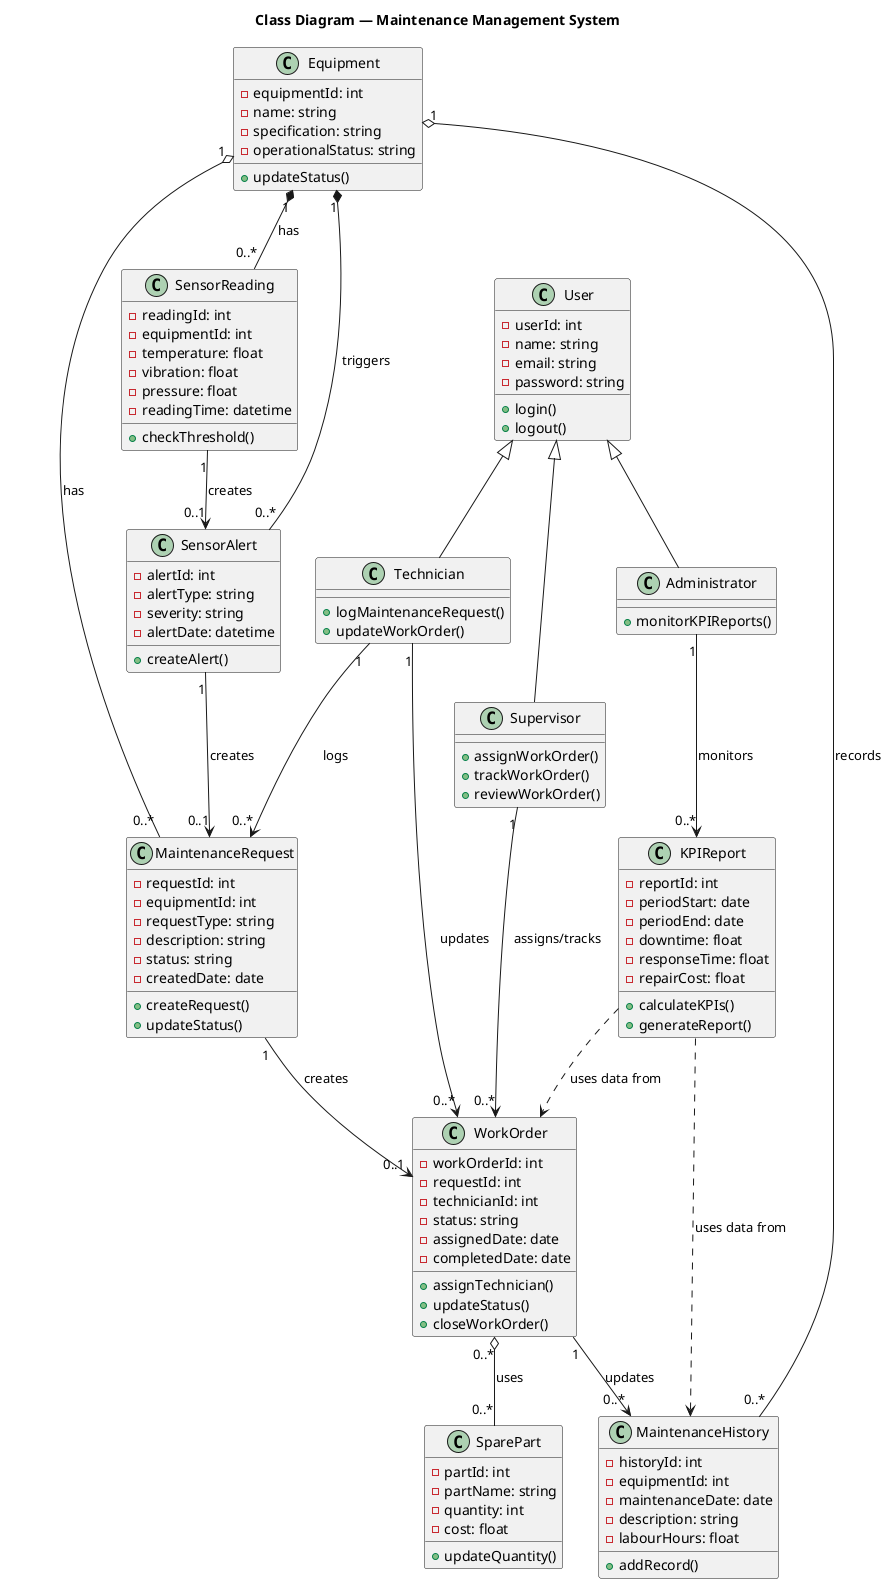
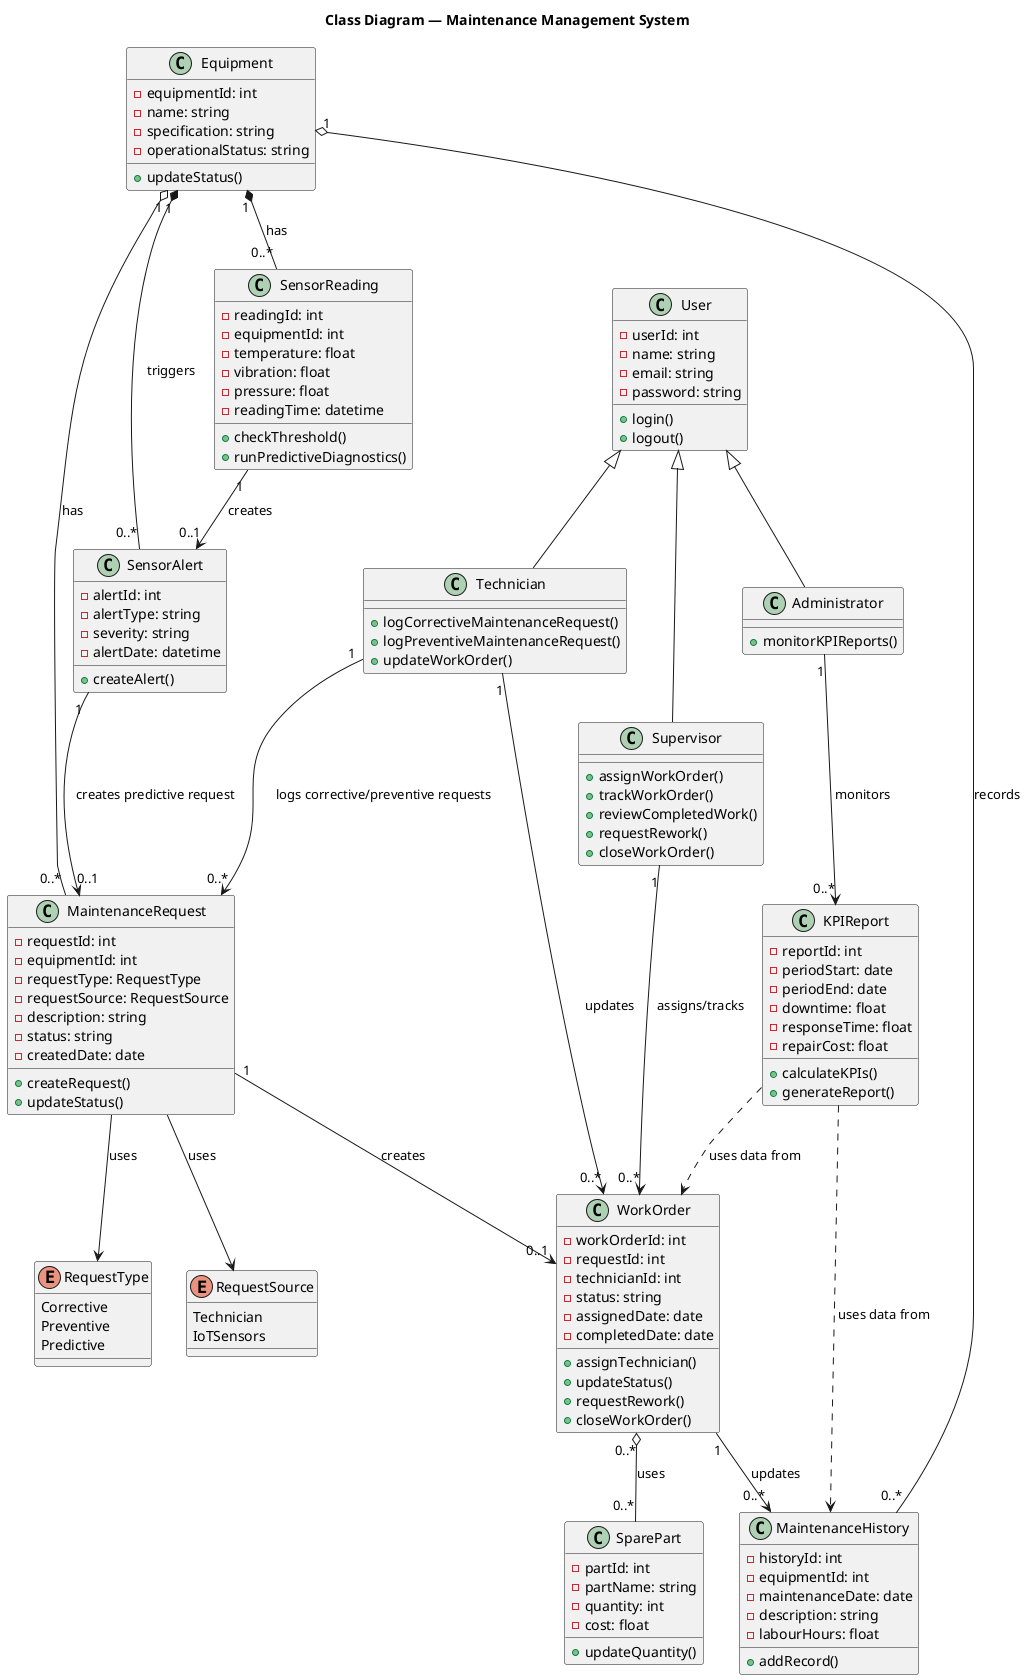
@startuml
title Class Diagram — Maintenance Management System

class User {
  - userId: int
  - name: string
  - email: string
  - password: string
  + login()
  + logout()
}

class Technician {
-   + logMaintenanceRequest()
+   + logCorrectiveMaintenanceRequest()
+   + logPreventiveMaintenanceRequest()
  + updateWorkOrder()
}

class Supervisor {
  + assignWorkOrder()
  + trackWorkOrder()
-   + reviewWorkOrder()
+   + reviewCompletedWork()
+   + requestRework()
+   + closeWorkOrder()
}

class Administrator {
  + monitorKPIReports()
}

User <|-- Technician
User <|-- Supervisor
User <|-- Administrator
+ 
+ enum RequestType {
+   Corrective
+   Preventive
+   Predictive
+ }
+ 
+ enum RequestSource {
+   Technician
+   IoTSensors
+ }

class Equipment {
  - equipmentId: int
  - name: string
  - specification: string
  - operationalStatus: string
  + updateStatus()
}

class MaintenanceRequest {
  - requestId: int
  - equipmentId: int
-   - requestType: string
+   - requestType: RequestType
+   - requestSource: RequestSource
  - description: string
  - status: string
  - createdDate: date
  + createRequest()
  + updateStatus()
}

class WorkOrder {
  - workOrderId: int
  - requestId: int
  - technicianId: int
  - status: string
  - assignedDate: date
  - completedDate: date
  + assignTechnician()
  + updateStatus()
+   + requestRework()
  + closeWorkOrder()
}

class MaintenanceHistory {
  - historyId: int
  - equipmentId: int
  - maintenanceDate: date
  - description: string
  - labourHours: float
  + addRecord()
}

class SparePart {
  - partId: int
  - partName: string
  - quantity: int
  - cost: float
  + updateQuantity()
}

class SensorReading {
  - readingId: int
  - equipmentId: int
  - temperature: float
  - vibration: float
  - pressure: float
  - readingTime: datetime
  + checkThreshold()
+   + runPredictiveDiagnostics()
}

class SensorAlert {
  - alertId: int
  - alertType: string
  - severity: string
  - alertDate: datetime
  + createAlert()
}

class KPIReport {
  - reportId: int
  - periodStart: date
  - periodEnd: date
  - downtime: float
  - responseTime: float
  - repairCost: float
  + calculateKPIs()
  + generateReport()
}

- Technician "1" --> "0..*" MaintenanceRequest : logs
+ Technician "1" --> "0..*" MaintenanceRequest : logs corrective/preventive requests
Technician "1" --> "0..*" WorkOrder : updates
Supervisor "1" --> "0..*" WorkOrder : assigns/tracks
Administrator "1" --> "0..*" KPIReport : monitors

Equipment "1" o-- "0..*" MaintenanceRequest : has
Equipment "1" o-- "0..*" MaintenanceHistory : records
Equipment "1" *-- "0..*" SensorReading : has
Equipment "1" *-- "0..*" SensorAlert : triggers

MaintenanceRequest "1" --> "0..1" WorkOrder : creates
+ MaintenanceRequest --> RequestType : uses
+ MaintenanceRequest --> RequestSource : uses
+ 
WorkOrder "1" --> "0..*" MaintenanceHistory : updates
WorkOrder "0..*" o-- "0..*" SparePart : uses

SensorReading "1" --> "0..1" SensorAlert : creates
- SensorAlert "1" --> "0..1" MaintenanceRequest : creates
+ SensorAlert "1" --> "0..1" MaintenanceRequest : creates predictive request

KPIReport ..> WorkOrder : uses data from
KPIReport ..> MaintenanceHistory : uses data from

@enduml